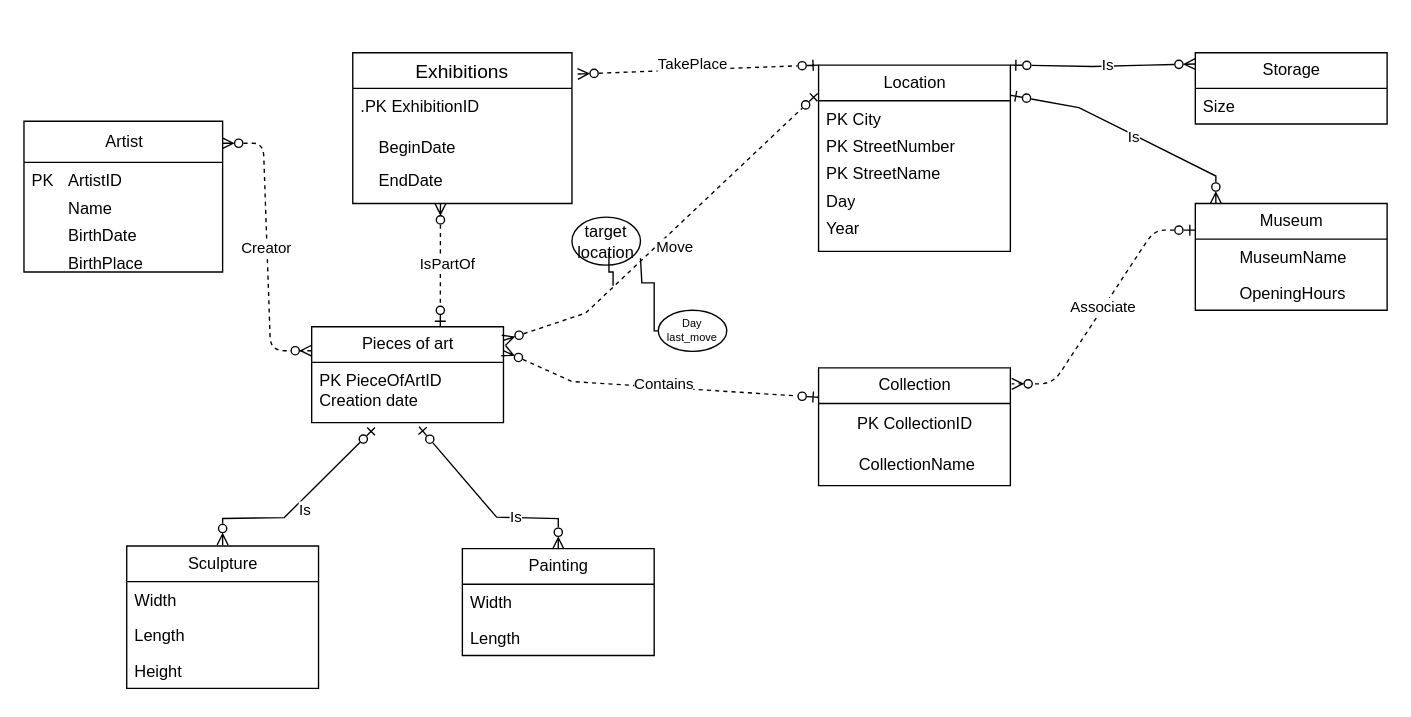
The draw.io diagram crowsFoot.drawio in KhalyHackerman/databases_p1, before the edit. Source tidied: cells renumbered, new cells numbered last; positions are measured from the earlier drawing's top-left corner, leaving out a move shared by most shapes. Both pictures are drawn from the tidied source at 137%, with x=0, y=0 at pixel (23, 52).
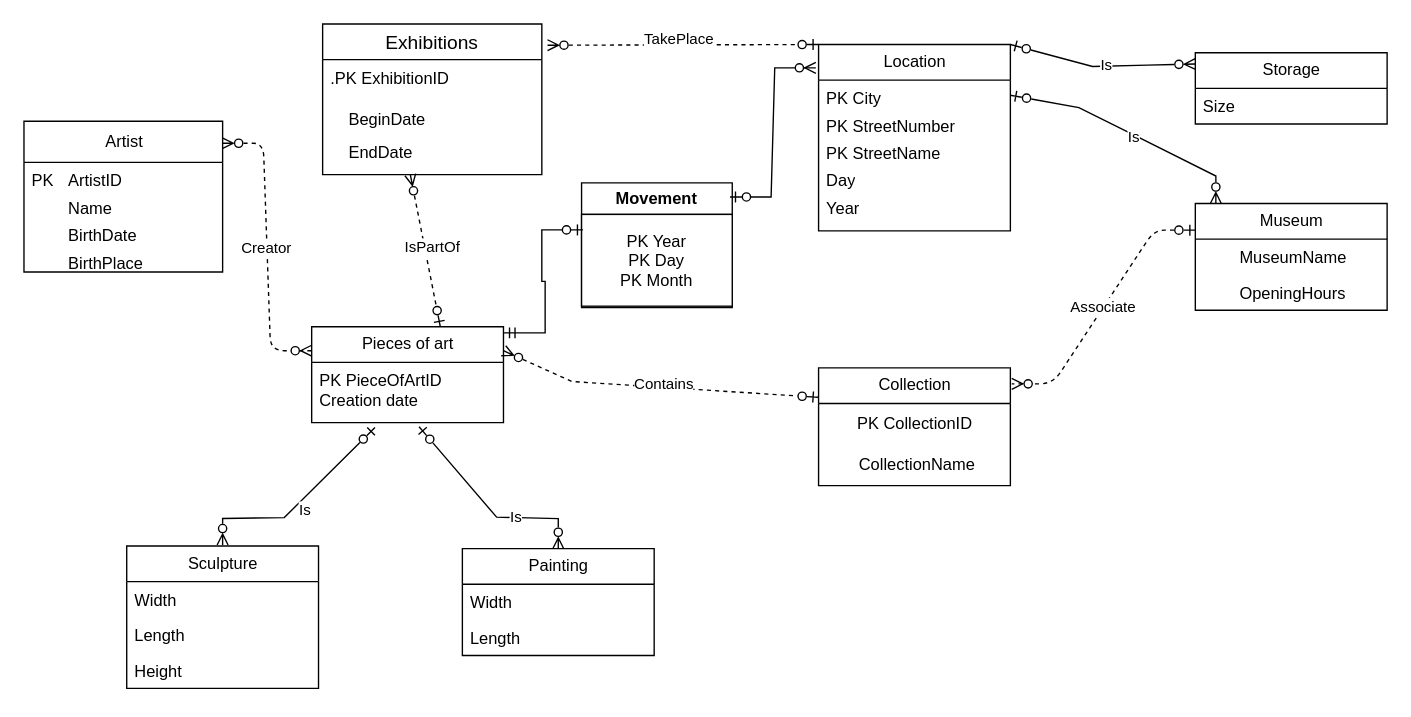
The same diagram, later.

Commit message:
Mettre à jour crowsFoot.drawio

The change refers to these unchanged cells:
```xml
<mxCell id="7" value="Pieces of art" style="swimlane;fontStyle=0;horizontal=1;startSize=26;fillColor=none;html=1;" parent="1" vertex="1">
  <mxGeometry x="210" y="200" width="140" height="70" as="geometry" />
</mxCell>
```

The edit, as a diff of the source:
```diff
@@
     <mxCell id="19" value="Location" style="swimlane;fontStyle=0;horizontal=1;startSize=26;fillColor=none;html=1;" parent="1" vertex="1">
-      <mxGeometry x="580" y="9" width="140" height="136" as="geometry" />
+      <mxGeometry x="580" y="-6" width="140" height="136" as="geometry" />
     </mxCell>
@@
     <mxCell id="31" value="Exhibitions" style="swimlane;fontStyle=0;horizontal=1;startSize=26;align=center;fontSize=14;" parent="1" vertex="1">
-      <mxGeometry x="240" width="160" height="110" as="geometry" />
+      <mxGeometry x="218" y="-21" width="160" height="110" as="geometry" />
     </mxCell>
@@
-    <mxCell id="40" style="endArrow=ERzeroToOne;html=1;rounded=0;strokeColor=default;startArrow=ERzeroToMany;startFill=0;endFill=0;entryX=-0.005;entryY=0.153;entryDx=0;entryDy=0;entryPerimeter=0;dashed=1;" parent="1" edge="1" target="19">
-      <mxGeometry relative="1" as="geometry">
-        <mxPoint x="350" y="210" as="sourcePoint" />
-        <Array as="points">
-          <mxPoint x="410" y="190" />
-        </Array>
-      </mxGeometry>
-    </mxCell>
-    <mxCell id="41" value="Move" style="edgeLabel;html=1;align=center;verticalAlign=middle;" parent="40" vertex="1">
-      <mxGeometry x="-0.11" y="2" relative="1" as="geometry">
-        <mxPoint x="16" as="offset" />
-      </mxGeometry>
-    </mxCell>
-    <mxCell id="42" value="Day last_move" style="ellipse;whiteSpace=wrap;html=1;fontSize=8;" parent="1" vertex="1">
-      <mxGeometry x="463" y="188" width="50" height="30" as="geometry" />
-    </mxCell>
-    <mxCell id="43" style="edgeStyle=orthogonalEdgeStyle;rounded=0;jettySize=auto;html=1;endArrow=none;startFill=0;" parent="1" edge="1" source="42">
-      <mxGeometry relative="1" as="geometry">
-        <mxPoint x="450" y="150" as="targetPoint" />
-        <Array as="points">
-          <mxPoint x="460" y="203" />
-          <mxPoint x="460" y="168" />
-          <mxPoint x="451" y="168" />
-          <mxPoint x="451" y="150" />
-        </Array>
-      </mxGeometry>
-    </mxCell>
-    <mxCell id="44" value="target location" style="ellipse;whiteSpace=wrap;html=1;" parent="1" vertex="1">
-      <mxGeometry x="400" y="120" width="50" height="35" as="geometry" />
-    </mxCell>
-    <mxCell id="45" style="edgeStyle=orthogonalEdgeStyle;rounded=0;orthogonalLoop=1;jettySize=auto;html=1;endArrow=none;startFill=0;" parent="1" edge="1">
-      <mxGeometry relative="1" as="geometry">
-        <mxPoint x="430" y="170" as="sourcePoint" />
-        <mxPoint x="427" y="145" as="targetPoint" />
-        <Array as="points">
-          <mxPoint x="430" y="160" />
-          <mxPoint x="427" y="160" />
-        </Array>
-      </mxGeometry>
-    </mxCell>
@@
+    <mxCell id="56" value="Movement" style="swimlane;whiteSpace=wrap;html=1;fontStyle=1;" parent="1" vertex="1">
+      <mxGeometry x="407" y="95" width="110" height="91" as="geometry" />
+    </mxCell>
+    <mxCell id="57" value="&lt;span style=&quot;text-wrap-mode: nowrap;&quot;&gt;PK Year&lt;/span&gt;&lt;div style=&quot;text-wrap-mode: nowrap;&quot;&gt;PK Day&lt;/div&gt;&lt;div style=&quot;text-wrap-mode: nowrap;&quot;&gt;PK Month&lt;/div&gt;" style="rounded=0;whiteSpace=wrap;html=1;" parent="56" vertex="1">
+      <mxGeometry y="23" width="110" height="67" as="geometry" />
+    </mxCell>
+    <mxCell id="58" style="edgeStyle=entityRelationEdgeStyle;fontSize=12;html=1;endArrow=ERzeroToOne;startArrow=ERmandOne;rounded=0;entryX=0.009;entryY=0.169;entryDx=0;entryDy=0;entryPerimeter=0;exitX=1.003;exitY=0.064;exitDx=0;exitDy=0;exitPerimeter=0;" parent="1" edge="1" source="7" target="57">
+      <mxGeometry relative="1" as="geometry">
+        <Array as="points">
+          <mxPoint x="380" y="146" />
+          <mxPoint x="386" y="146" />
+          <mxPoint x="373" y="166" />
+        </Array>
+      </mxGeometry>
+    </mxCell>
+    <mxCell id="59" style="edgeStyle=entityRelationEdgeStyle;fontSize=12;html=1;endArrow=ERzeroToMany;startArrow=ERzeroToOne;rounded=0;exitX=0.985;exitY=0.113;exitDx=0;exitDy=0;exitPerimeter=0;" parent="1" edge="1" source="56">
+      <mxGeometry relative="1" as="geometry">
+        <mxPoint x="578" y="11" as="targetPoint" />
+      </mxGeometry>
+    </mxCell>
```
